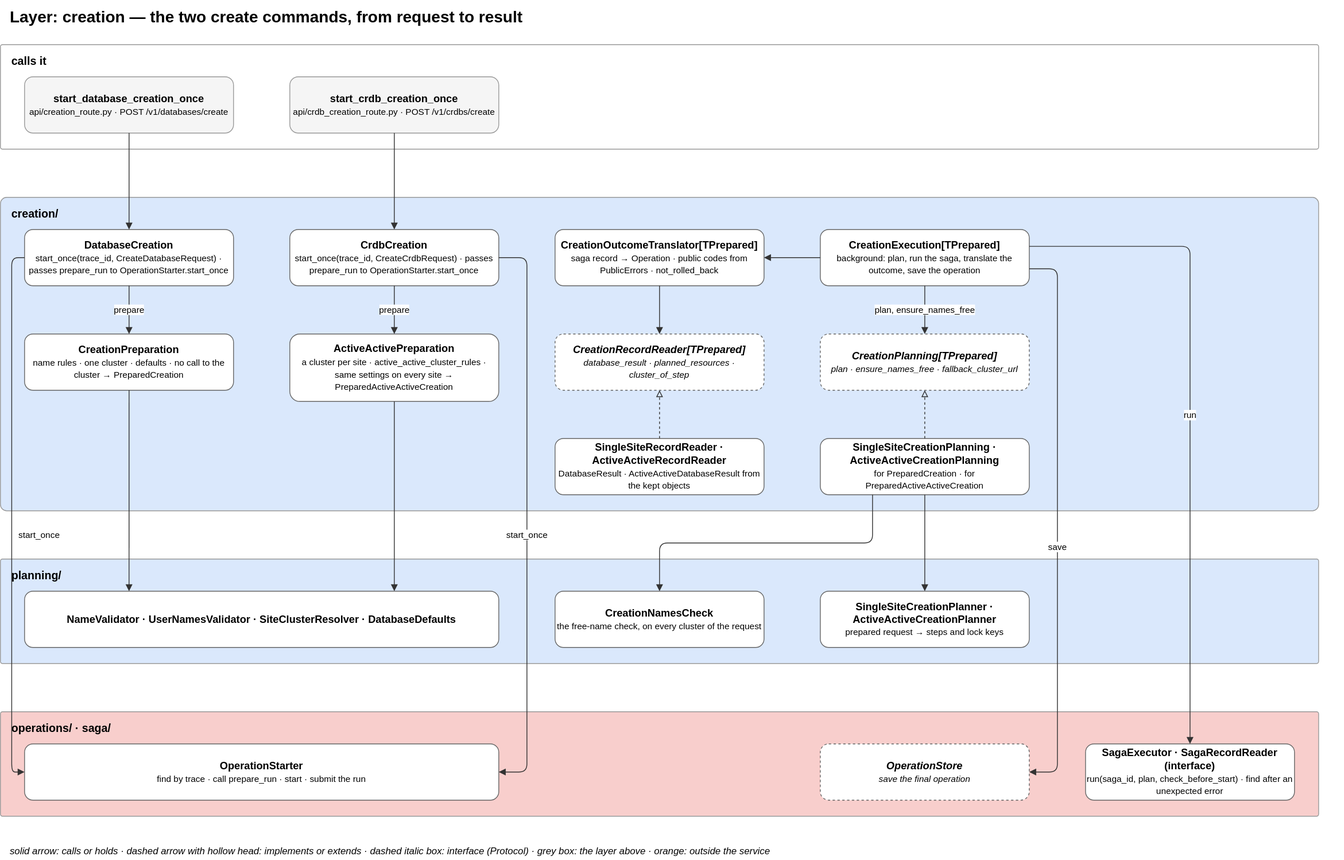
Earlier version of the draw.io export docs/diagrams/04-layer-creation.drawio.svg (EliShteinman/redis-enterprise-services). Source tidied: cells renumbered, new cells last; positions are measured from the earlier drawing's top-left corner, leaving out a move shared by most shapes.
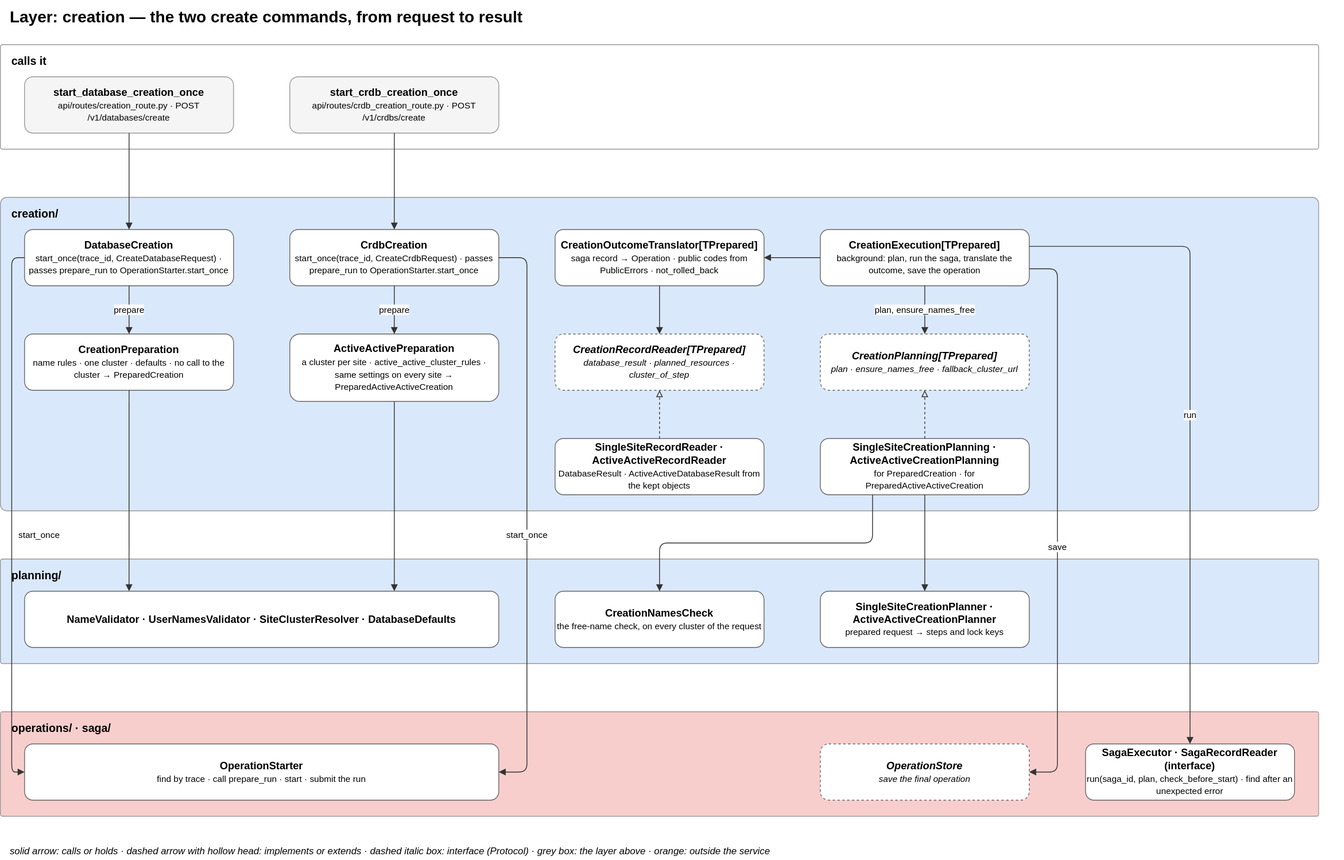
After the change.

Commit message:
docs: name the sub-directories of the routes and of the Active-Active creation modules

Diff of the diagram source:
```diff
@@ -17,10 +17,10 @@
     <mxCell id="6" value="&lt;b&gt;operations/ · saga/&lt;/b&gt;" style="rounded=1;arcSize=2;fillColor=#f8cecc;strokeColor=#999999;verticalAlign=top;align=left;spacingLeft=12;spacingTop=6;html=1;fontSize=14;" parent="1" vertex="1">
       <mxGeometry y="885" width="1640" height="130" as="geometry" />
     </mxCell>
-    <mxCell id="7" value="&lt;b&gt;start_database_creation_once&lt;/b&gt;&lt;br&gt;&lt;font style='font-size:11px'&gt;api/creation_route.py · POST /v1/databases/create&lt;/font&gt;" style="rounded=1;whiteSpace=wrap;html=1;fillColor=#f5f5f5;strokeColor=#999999;fontSize=13;" parent="1" vertex="1">
+    <mxCell id="7" value="&lt;b&gt;start_database_creation_once&lt;/b&gt;&lt;br&gt;&lt;font style='font-size:11px'&gt;api/routes/creation_route.py · POST /v1/databases/create&lt;/font&gt;" style="rounded=1;whiteSpace=wrap;html=1;fillColor=#f5f5f5;strokeColor=#999999;fontSize=13;" parent="1" vertex="1">
       <mxGeometry x="30" y="95" width="260" height="70" as="geometry" />
     </mxCell>
-    <mxCell id="8" value="&lt;b&gt;start_crdb_creation_once&lt;/b&gt;&lt;br&gt;&lt;font style='font-size:11px'&gt;api/crdb_creation_route.py · POST /v1/crdbs/create&lt;/font&gt;" style="rounded=1;whiteSpace=wrap;html=1;fillColor=#f5f5f5;strokeColor=#999999;fontSize=13;" parent="1" vertex="1">
+    <mxCell id="8" value="&lt;b&gt;start_crdb_creation_once&lt;/b&gt;&lt;br&gt;&lt;font style='font-size:11px'&gt;api/routes/crdb_creation_route.py · POST /v1/crdbs/create&lt;/font&gt;" style="rounded=1;whiteSpace=wrap;html=1;fillColor=#f5f5f5;strokeColor=#999999;fontSize=13;" parent="1" vertex="1">
       <mxGeometry x="360" y="95" width="260" height="70" as="geometry" />
     </mxCell>
     <mxCell id="9" value="&lt;b&gt;DatabaseCreation&lt;/b&gt;&lt;br&gt;&lt;font style='font-size:11px'&gt;start_once(trace_id, CreateDatabaseRequest) · passes prepare_run to OperationStarter.start_once&lt;/font&gt;" style="rounded=1;whiteSpace=wrap;html=1;fillColor=#ffffff;strokeColor=#666666;fontSize=13;" parent="1" vertex="1">
```
